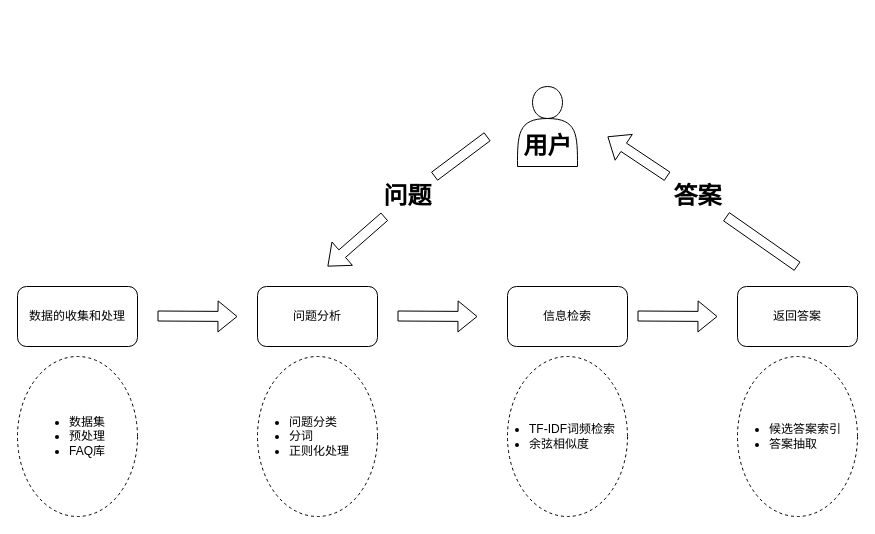
This is page "第 1 页" (1 of 3) of 问答系统流程.drawio from superluckily/md_picture, a draw.io file, before an edit. Source tidied: cells renumbered, new cells numbered last; positions are measured from the earlier drawing's top-left corner, leaving out a move shared by most shapes. Both pictures are drawn from the tidied source at 100%, with x=0, y=0 at pixel (17, 86).
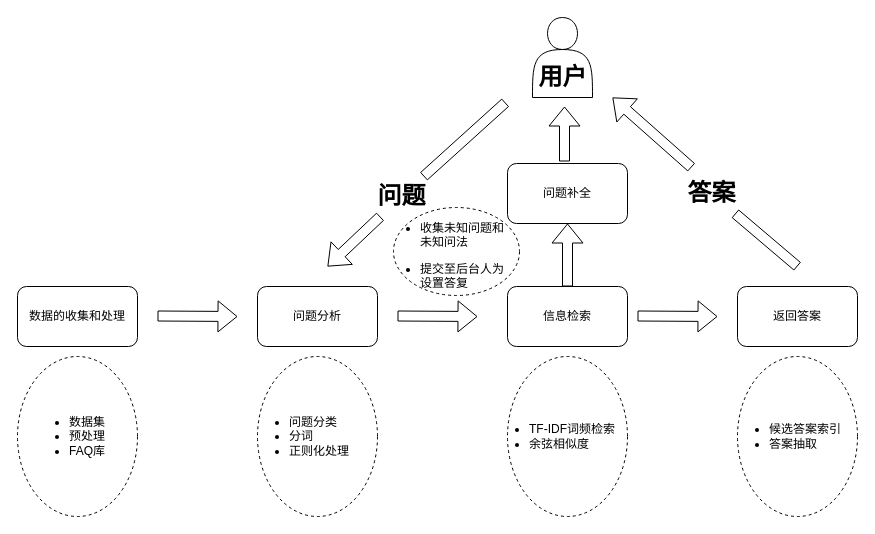
The same page after the edit.

Commit message:
更新问答系统流程.drawio

Unchanged cells that the change refers to:
```xml
<mxCell id="4" value="&lt;p class=&quot;MsoNormal&quot;&gt;信息检索&lt;/p&gt;" style="rounded=1;whiteSpace=wrap;html=1;" parent="1" vertex="1">
  <mxGeometry x="490" y="200" width="120" height="60" as="geometry" />
</mxCell>
```

The edit, as a diff of the source:
```diff
@@
-    <mxCell id="13" style="shape=flexArrow;endArrow=classic;html=1;rounded=0;startArrow=none;" parent="1" edge="1" source="24">
+    <mxCell id="13" style="shape=flexArrow;endArrow=classic;html=1;rounded=0;startArrow=none;entryX=1;entryY=1;entryDx=0;entryDy=0;" parent="1" edge="1" target="16">
       <mxGeometry relative="1" as="geometry">
-        <mxPoint x="590" y="50" as="targetPoint" />
+        <mxPoint x="674" y="81" as="sourcePoint" />
       </mxGeometry>
     </mxCell>
@@
     <mxCell id="15" style="shape=actor;whiteSpace=wrap;html=1;" parent="1" vertex="1">
-      <mxGeometry x="500" width="60" height="80" as="geometry" />
+      <mxGeometry x="515" y="-69" width="60" height="80" as="geometry" />
     </mxCell>
     <mxCell id="16" value="用户" style="text;strokeColor=none;fillColor=none;html=1;fontSize=24;fontStyle=1;verticalAlign=middle;align=center;" parent="1" vertex="1">
-      <mxGeometry x="480" y="40" width="100" height="40" as="geometry" />
+      <mxGeometry x="495" y="-29" width="100" height="40" as="geometry" />
     </mxCell>
@@
     <mxCell id="21" style="shape=flexArrow;endArrow=none;html=1;rounded=0;" parent="1" edge="1" target="22">
       <mxGeometry relative="1" as="geometry">
-        <mxPoint x="470" y="50" as="sourcePoint" />
+        <mxPoint x="488" y="16" as="sourcePoint" />
       </mxGeometry>
     </mxCell>
     <mxCell id="22" value="问题" style="text;strokeColor=none;fillColor=none;html=1;fontSize=24;fontStyle=1;verticalAlign=middle;align=center;" parent="1" vertex="1">
-      <mxGeometry x="340" y="90" width="100" height="40" as="geometry" />
+      <mxGeometry x="334" y="90" width="100" height="40" as="geometry" />
     </mxCell>
@@
     <mxCell id="24" value="答案" style="text;strokeColor=none;fillColor=none;html=1;fontSize=24;fontStyle=1;verticalAlign=middle;align=center;" parent="1" vertex="1">
-      <mxGeometry x="630" y="90" width="100" height="40" as="geometry" />
+      <mxGeometry x="644" y="87" width="100" height="40" as="geometry" />
     </mxCell>
+    <mxCell id="25" style="shape=flexArrow;endArrow=classic;html=1;rounded=0;entryX=0.5;entryY=1;entryDx=0;entryDy=0;" parent="1" edge="1" source="4" target="26">
+      <mxGeometry relative="1" as="geometry" />
+    </mxCell>
+    <mxCell id="26" value="问题补全" style="rounded=1;whiteSpace=wrap;html=1;" parent="1" vertex="1">
+      <mxGeometry x="490" y="77" width="120" height="60" as="geometry" />
+    </mxCell>
+    <mxCell id="27" style="shape=flexArrow;endArrow=classic;html=1;rounded=0;" parent="1" edge="1">
+      <mxGeometry relative="1" as="geometry">
+        <mxPoint x="547" y="75" as="sourcePoint" />
+        <mxPoint x="547" y="20" as="targetPoint" />
+      </mxGeometry>
+    </mxCell>
+    <mxCell id="28" style="ellipse;whiteSpace=wrap;html=1;align=center;dashed=1;" parent="1" vertex="1">
+      <mxGeometry x="376" y="121" width="126" height="88" as="geometry" />
+    </mxCell>
+    <mxCell id="29" value="&lt;ul&gt;&lt;li style=&quot;&quot;&gt;&lt;p class=&quot;MsoNormal&quot;&gt;&lt;font style=&quot;font-size: 12px;&quot; face=&quot;宋体&quot;&gt;收集&lt;/font&gt;&lt;span style=&quot;font-family: &amp;quot;Times New Roman&amp;quot;;&quot;&gt;&lt;font style=&quot;font-size: 12px;&quot; face=&quot;宋体&quot;&gt;未知问题和未知问法&lt;/font&gt;&lt;/span&gt;&lt;/p&gt;&lt;/li&gt;&lt;li style=&quot;&quot;&gt;&lt;p class=&quot;MsoNormal&quot;&gt;&lt;span style=&quot;font-family: &amp;quot;Times New Roman&amp;quot;;&quot;&gt;&lt;font style=&quot;font-size: 12px;&quot; face=&quot;宋体&quot;&gt;提交至后台人为设置答复&lt;/font&gt;&lt;/span&gt;&lt;/p&gt;&lt;/li&gt;&lt;/ul&gt;" style="text;strokeColor=none;fillColor=none;html=1;whiteSpace=wrap;verticalAlign=middle;overflow=hidden;" parent="1" vertex="1">
+      <mxGeometry x="361" y="120" width="134" height="89" as="geometry" />
+    </mxCell>
```
